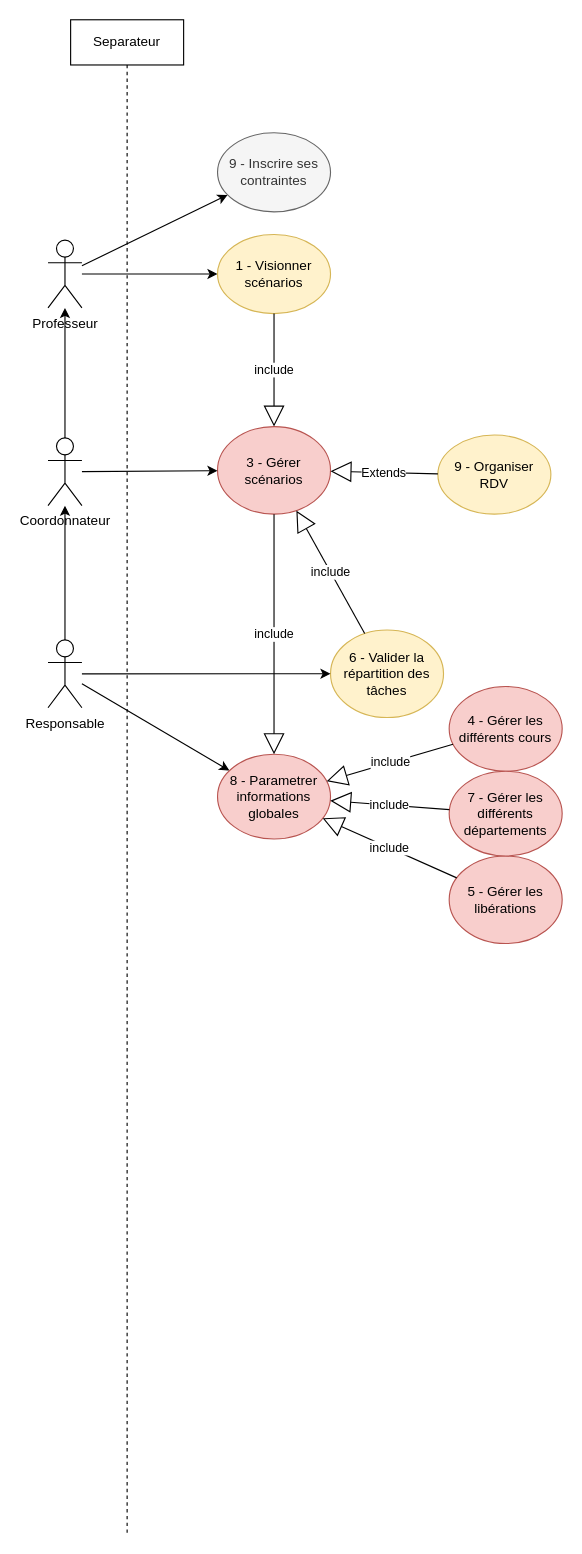
Nicolas-Delahaie/stage-quebec keeps this draw.io diagram as DCU.drawio. Above is the earlier version. Source tidied: cells renumbered, new cells numbered last; positions are measured from the earlier drawing's top-left corner, leaving out a move shared by most shapes. Both pictures are drawn from the tidied source at 113%, with x=0, y=0 at pixel (47, 19).
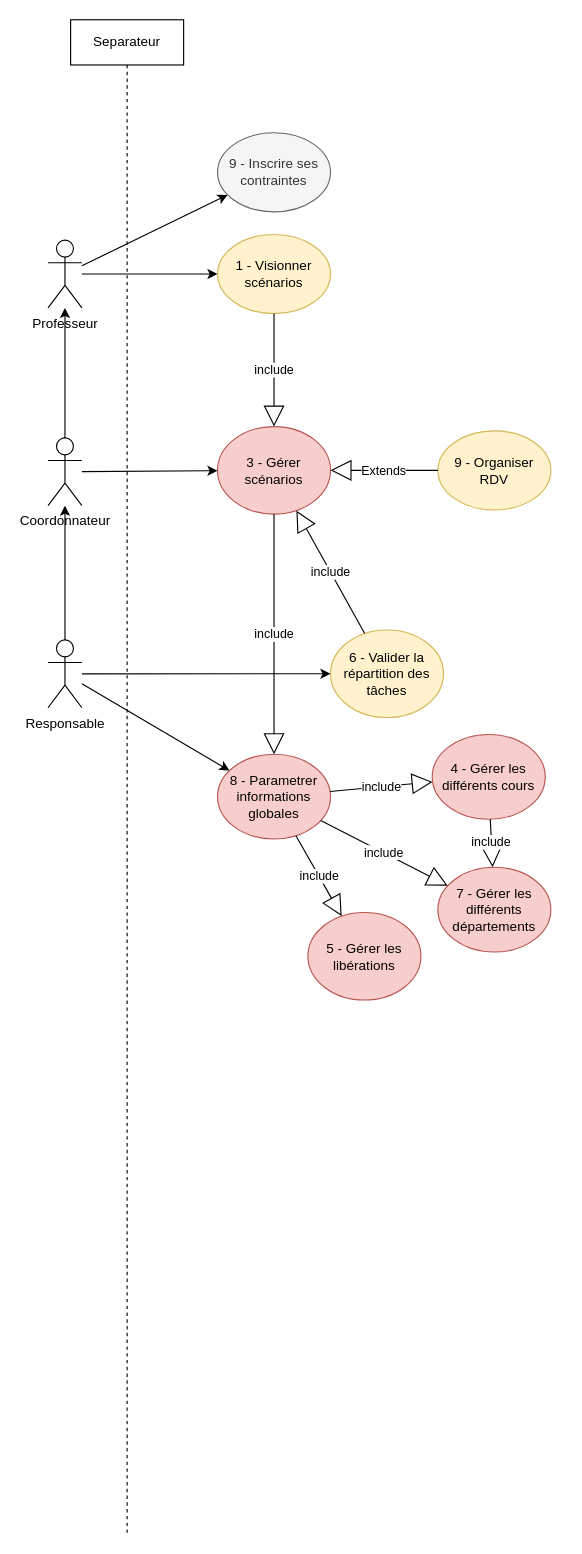
The same page after the edit.

Commit message:
Changements mineurs DCU

Unchanged cells that the change refers to:
```xml
<mxCell id="19" value="8 - Parametrer informations globales" style="ellipse;whiteSpace=wrap;html=1;fillColor=#f8cecc;strokeColor=#b85450;" parent="1" vertex="1">
  <mxGeometry x="150" y="650" width="100" height="75" as="geometry" />
</mxCell>
```

What changed in the source:
```diff
@@
     <mxCell id="9" value="4 - Gérer les différents cours" style="ellipse;whiteSpace=wrap;html=1;fillColor=#f8cecc;strokeColor=#b85450;" parent="1" vertex="1">
-      <mxGeometry x="355" y="590" width="100" height="75" as="geometry" />
+      <mxGeometry x="340" y="632.5" width="100" height="75" as="geometry" />
     </mxCell>
@@
     <mxCell id="15" value="5 - Gérer les libérations" style="ellipse;whiteSpace=wrap;html=1;fillColor=#f8cecc;strokeColor=#b85450;" parent="1" vertex="1">
-      <mxGeometry x="355" y="740" width="100" height="77.5" as="geometry" />
+      <mxGeometry x="230" y="790" width="100" height="77.5" as="geometry" />
     </mxCell>
@@
     <mxCell id="18" value="7 - Gérer les différents départements" style="ellipse;whiteSpace=wrap;html=1;fillColor=#f8cecc;strokeColor=#b85450;" parent="1" vertex="1">
-      <mxGeometry x="355" y="665" width="100" height="75" as="geometry" />
+      <mxGeometry x="345" y="750" width="100" height="75" as="geometry" />
     </mxCell>
@@
-    <mxCell id="20" value="include" style="endArrow=block;endSize=16;endFill=0;html=1;" parent="1" edge="1" source="9" target="19">
+    <mxCell id="20" value="include" style="endArrow=block;endSize=16;endFill=0;html=1;" parent="1" edge="1" source="9" target="18">
       <mxGeometry relative="1" as="geometry" />
     </mxCell>
-    <mxCell id="21" value="include" style="endArrow=block;endSize=16;endFill=0;html=1;" parent="1" edge="1" source="18" target="19">
+    <mxCell id="21" value="include" style="endArrow=block;endSize=16;endFill=0;html=1;" parent="1" edge="1" source="19" target="18">
       <mxGeometry relative="1" as="geometry" />
     </mxCell>
-    <mxCell id="22" value="include" style="endArrow=block;endSize=16;endFill=0;html=1;" parent="1" edge="1" source="15" target="19">
+    <mxCell id="22" value="include" style="endArrow=block;endSize=16;endFill=0;html=1;" parent="1" edge="1" source="19" target="15">
       <mxGeometry relative="1" as="geometry" />
     </mxCell>
@@
     <mxCell id="24" value="9 - Organiser RDV" style="ellipse;whiteSpace=wrap;html=1;fillColor=#fff2cc;strokeColor=#d6b656;" parent="1" vertex="1">
-      <mxGeometry x="345" y="367.5" width="100" height="70" as="geometry" />
+      <mxGeometry x="345" y="363.8" width="100" height="70" as="geometry" />
     </mxCell>
@@
+    <mxCell id="29" value="include" style="endArrow=block;endSize=16;endFill=0;html=1;" parent="1" edge="1" source="19" target="9">
+      <mxGeometry relative="1" as="geometry" />
+    </mxCell>
```
